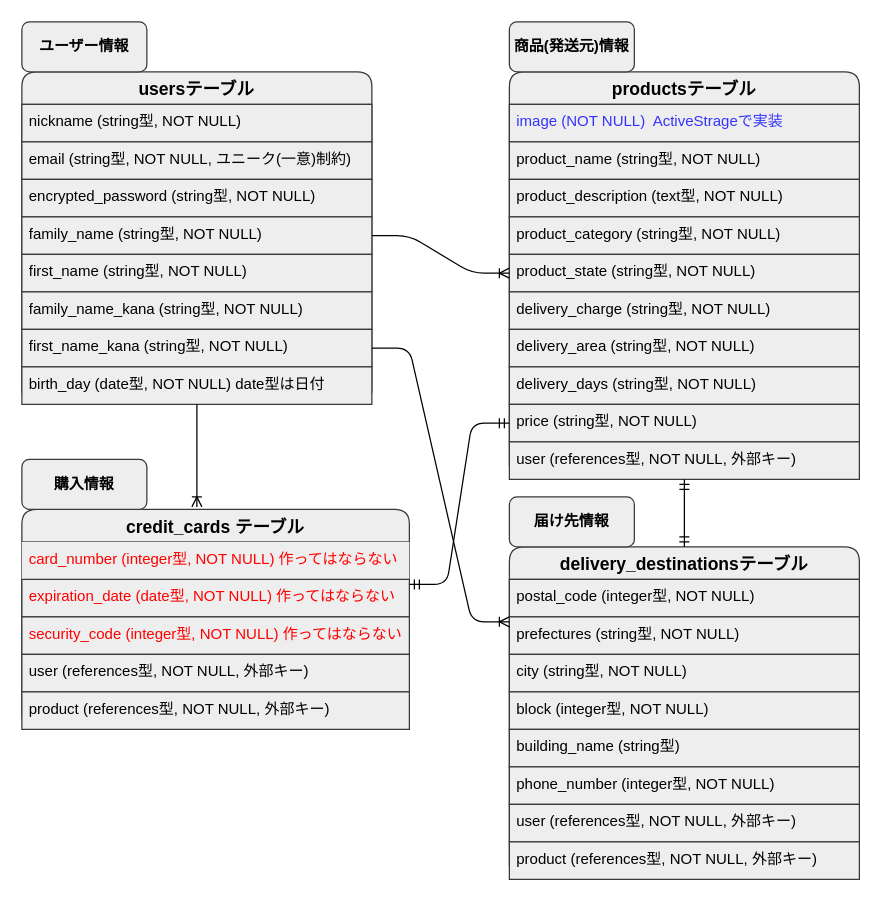
yoshitarotsuda/furima-37166 keeps this draw.io diagram as ER図.dio. Above is the earlier version. Source tidied: cells renumbered, new cells numbered last; positions are measured from the earlier drawing's top-left corner, leaving out a move shared by most shapes. Both pictures are drawn from the tidied source at 125%, with x=0, y=0 at pixel (21, 21).
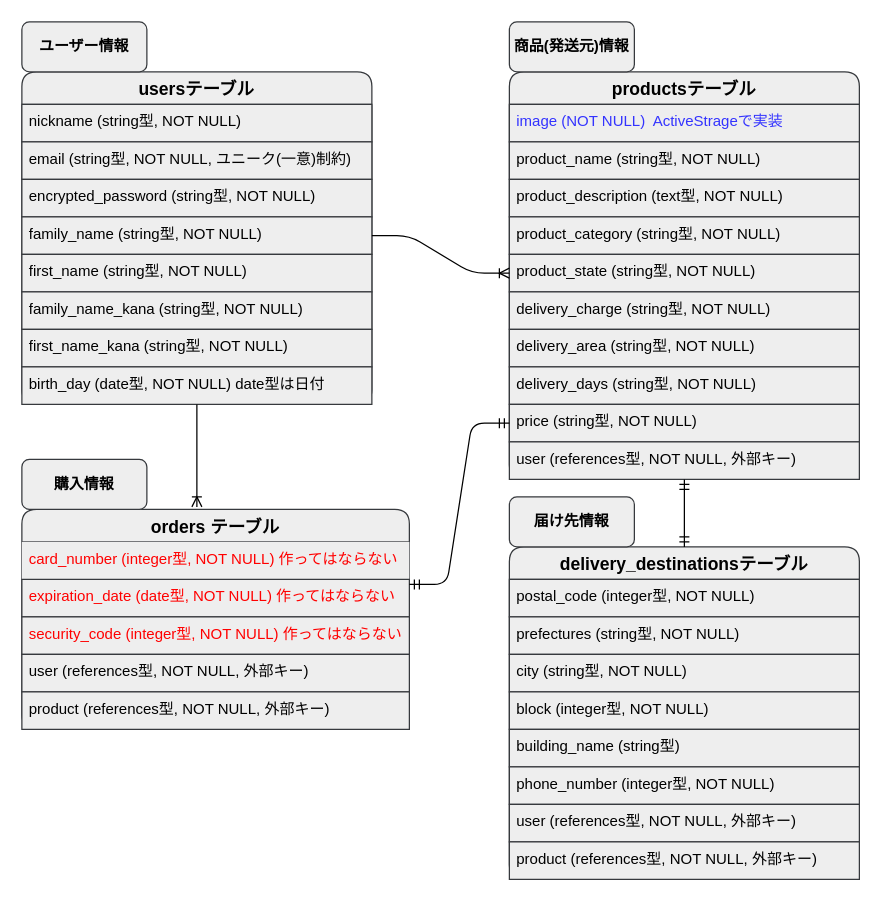
The same page after the edit.

Commit message (it also covers changes not shown here):
ユーザーと配送先情報のアソシエーション削除

Unchanged cells that the change refers to:
```xml
<mxCell id="9" value="first_name_kana (string型, NOT NULL)" style="text;strokeColor=#36393d;fillColor=#eeeeee;spacingLeft=4;spacingRight=4;overflow=hidden;points=[[0,0.5],[1,0.5]];portConstraint=eastwest;fontSize=12;fontColor=#000000;" parent="2" vertex="1">
  <mxGeometry y="206" width="280" height="30" as="geometry" />
</mxCell>
<mxCell id="32" value="prefectures (string型, NOT NULL)" style="text;strokeColor=#36393d;fillColor=#eeeeee;spacingLeft=4;spacingRight=4;overflow=hidden;points=[[0,0.5],[1,0.5]];portConstraint=eastwest;fontSize=12;fontColor=#000000;" parent="30" vertex="1">
  <mxGeometry y="56" width="280" height="30" as="geometry" />
</mxCell>
```

Change to the diagram source:
```diff
@@
-    <mxCell id="23" value="credit_cards テーブル" style="swimlane;fontStyle=1;horizontal=1;startSize=26;align=center;fontSize=14;rounded=1;labelBackgroundColor=none;fillColor=#eeeeee;strokeColor=#36393d;fontColor=#000000;" parent="1" vertex="1">
+    <mxCell id="23" value="orders テーブル" style="swimlane;fontStyle=1;horizontal=1;startSize=26;align=center;fontSize=14;rounded=1;labelBackgroundColor=none;fillColor=#eeeeee;strokeColor=#36393d;fontColor=#000000;" parent="1" vertex="1">
       <mxGeometry y="390" width="310" height="176" as="geometry" />
     </mxCell>
@@
-    <mxCell id="44" style="edgeStyle=entityRelationEdgeStyle;fontSize=12;html=1;endArrow=ERoneToMany;fontColor=#000000;entryX=0;entryY=0.133;entryDx=0;entryDy=0;entryPerimeter=0;exitX=1;exitY=0.5;exitDx=0;exitDy=0;" parent="1" edge="1" source="9" target="32">
-      <mxGeometry relative="1" as="geometry" />
-    </mxCell>
```
